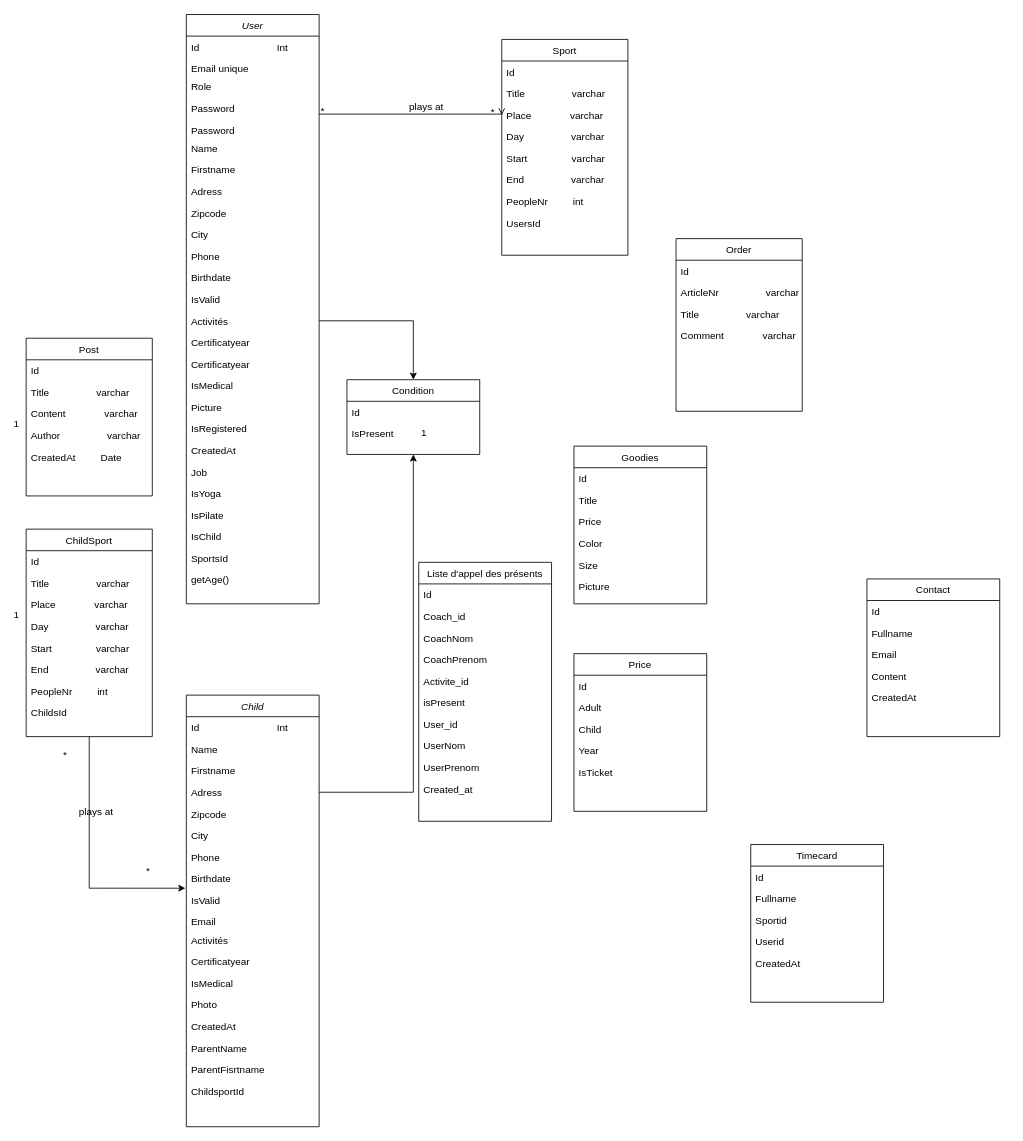
The draw.io diagram asdec/Diagramme de classe bon.drawio in cyrisa02/diagrammes-UML, before the edit. Source tidied: cells renumbered, new cells numbered last; positions are measured from the earlier drawing's top-left corner, leaving out a move shared by most shapes. Both pictures are drawn from the tidied source at 83%, with x=0, y=0 at pixel (20, 14).
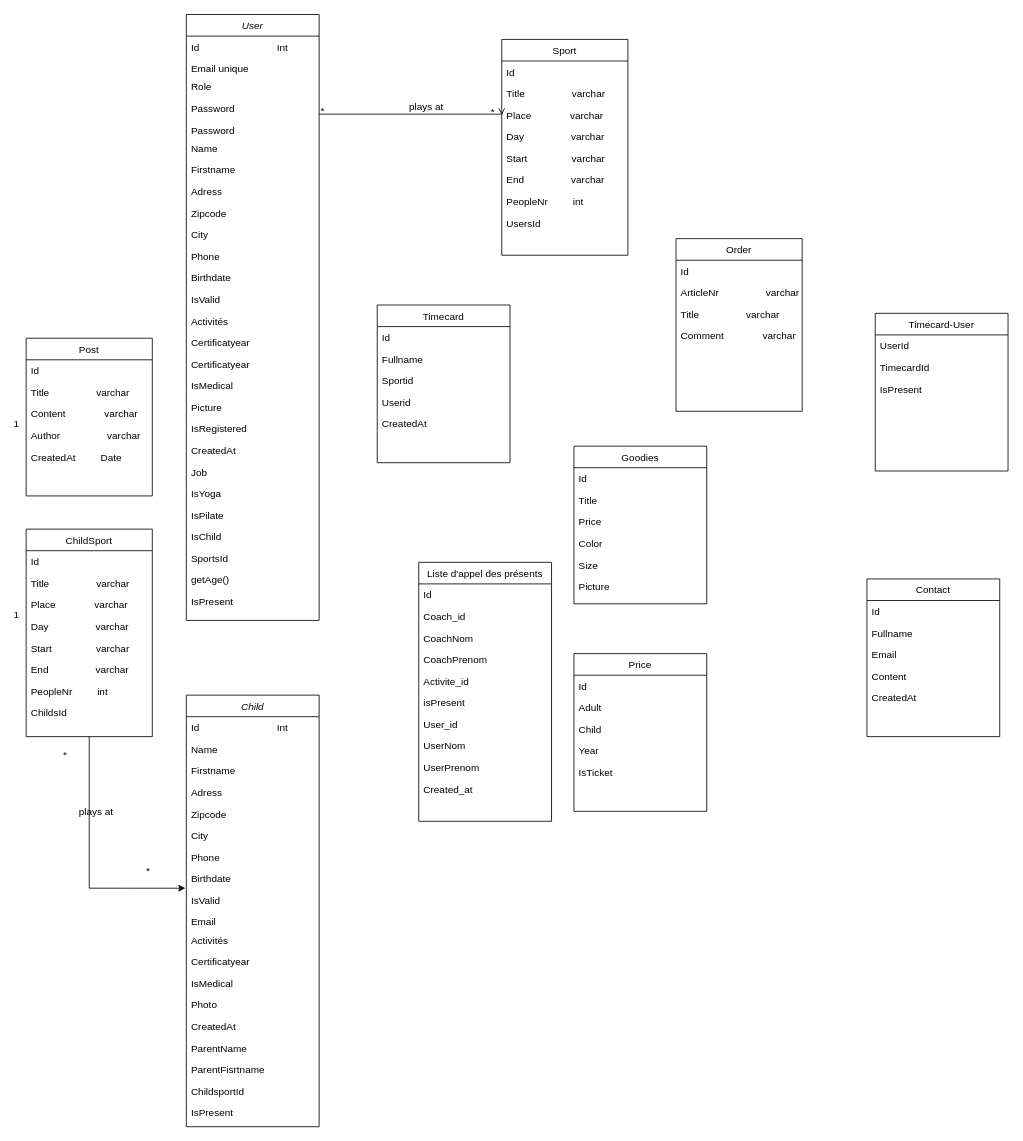
Above is the later version.

Commit message:
Mettre à jour Diagramme de classe bon.drawio

The change refers to these unchanged cells:
```xml
<mxCell id="16" value="Activités" style="text;align=left;verticalAlign=top;spacingLeft=4;spacingRight=4;overflow=hidden;points=[[0,0.5],[1,0.5]];portConstraint=eastwest;" parent="2" vertex="1">
  <mxGeometry y="356" width="160" height="26" as="geometry" />
</mxCell>
<mxCell id="71" value="Child" style="swimlane;fontStyle=2;align=center;verticalAlign=top;horizontal=1;startSize=26;rounded=0;shadow=0;strokeWidth=1;" parent="1" vertex="1">
  <mxGeometry x="200" y="820" width="160" height="520" as="geometry" />
</mxCell>
<mxCell id="75" value="Adress" style="text;align=left;verticalAlign=top;spacingLeft=4;spacingRight=4;overflow=hidden;points=[[0,0.5],[1,0.5]];portConstraint=eastwest;" parent="71" vertex="1">
  <mxGeometry y="104" width="160" height="26" as="geometry" />
</mxCell>
```

Diff of the diagram source:
```diff
@@
     <mxCell id="2" value="User" style="swimlane;fontStyle=2;align=center;verticalAlign=top;horizontal=1;startSize=26;rounded=0;shadow=0;strokeWidth=1;" parent="1" vertex="1">
-      <mxGeometry x="200" width="160" height="710" as="geometry" />
+      <mxGeometry x="200" width="160" height="730" as="geometry" />
     </mxCell>
@@
+    <mxCell id="129" value="IsPresent" style="text;align=left;verticalAlign=top;spacingLeft=4;spacingRight=4;overflow=hidden;" parent="2" vertex="1">
+      <mxGeometry y="694" width="160" height="26" as="geometry" />
+    </mxCell>
@@
-    <mxCell id="45" value="1" style="align=right;verticalAlign=bottom;labelBackgroundColor=none;fontSize=12;" parent="1" vertex="1">
-      <mxGeometry x="491" y="512" as="geometry" />
-    </mxCell>
@@
+    <mxCell id="130" value="IsPresent" style="text;align=left;verticalAlign=top;spacingLeft=4;spacingRight=4;overflow=hidden;" parent="71" vertex="1">
+      <mxGeometry y="490" width="160" height="26" as="geometry" />
+    </mxCell>
@@
     <mxCell id="118" value="Timecard" style="swimlane;fontStyle=0;align=center;verticalAlign=top;horizontal=1;startSize=26;rounded=0;shadow=0;strokeWidth=1;" parent="1" vertex="1">
-      <mxGeometry x="880" y="1000" width="160" height="190" as="geometry" />
+      <mxGeometry x="430" y="350" width="160" height="190" as="geometry" />
     </mxCell>
@@
-    <mxCell id="124" value="Condition" style="swimlane;fontStyle=0;align=center;verticalAlign=top;horizontal=1;startSize=26;rounded=0;shadow=0;strokeWidth=1;" parent="1" vertex="1">
-      <mxGeometry x="393.5" y="440" width="160" height="90" as="geometry" />
-    </mxCell>
-    <mxCell id="125" value="Id" style="text;align=left;verticalAlign=top;spacingLeft=4;spacingRight=4;overflow=hidden;" parent="124" vertex="1">
-      <mxGeometry y="26" width="160" height="26" as="geometry" />
-    </mxCell>
-    <mxCell id="126" value="IsPresent" style="text;align=left;verticalAlign=top;spacingLeft=4;spacingRight=4;overflow=hidden;" parent="124" vertex="1">
-      <mxGeometry y="52" width="160" height="26" as="geometry" />
-    </mxCell>
-    <mxCell id="127" style="edgeStyle=orthogonalEdgeStyle;rounded=0;jettySize=auto;html=1;exitX=1;exitY=0.5;exitDx=0;exitDy=0;entryX=0.5;entryY=0;entryDx=0;entryDy=0;" parent="1" edge="1" source="16" target="124">
-      <mxGeometry relative="1" as="geometry" />
-    </mxCell>
-    <mxCell id="128" style="edgeStyle=orthogonalEdgeStyle;rounded=0;jettySize=auto;html=1;exitX=1;exitY=0.5;exitDx=0;exitDy=0;entryX=0.5;entryY=1;entryDx=0;entryDy=0;" parent="1" edge="1" source="75" target="124">
-      <mxGeometry relative="1" as="geometry" />
-    </mxCell>
+    <mxCell id="131" value="Timecard-User" style="swimlane;fontStyle=0;align=center;verticalAlign=top;horizontal=1;startSize=26;rounded=0;shadow=0;strokeWidth=1;" parent="1" vertex="1">
+      <mxGeometry x="1030" y="360" width="160" height="190" as="geometry" />
+    </mxCell>
+    <mxCell id="132" value="UserId" style="text;align=left;verticalAlign=top;spacingLeft=4;spacingRight=4;overflow=hidden;" parent="131" vertex="1">
+      <mxGeometry y="26" width="160" height="26" as="geometry" />
+    </mxCell>
+    <mxCell id="133" value="TimecardId" style="text;align=left;verticalAlign=top;spacingLeft=4;spacingRight=4;overflow=hidden;" parent="131" vertex="1">
+      <mxGeometry y="52" width="160" height="26" as="geometry" />
+    </mxCell>
+    <mxCell id="134" value="IsPresent" style="text;align=left;verticalAlign=top;spacingLeft=4;spacingRight=4;overflow=hidden;" parent="131" vertex="1">
+      <mxGeometry y="78" width="160" height="26" as="geometry" />
+    </mxCell>
```
